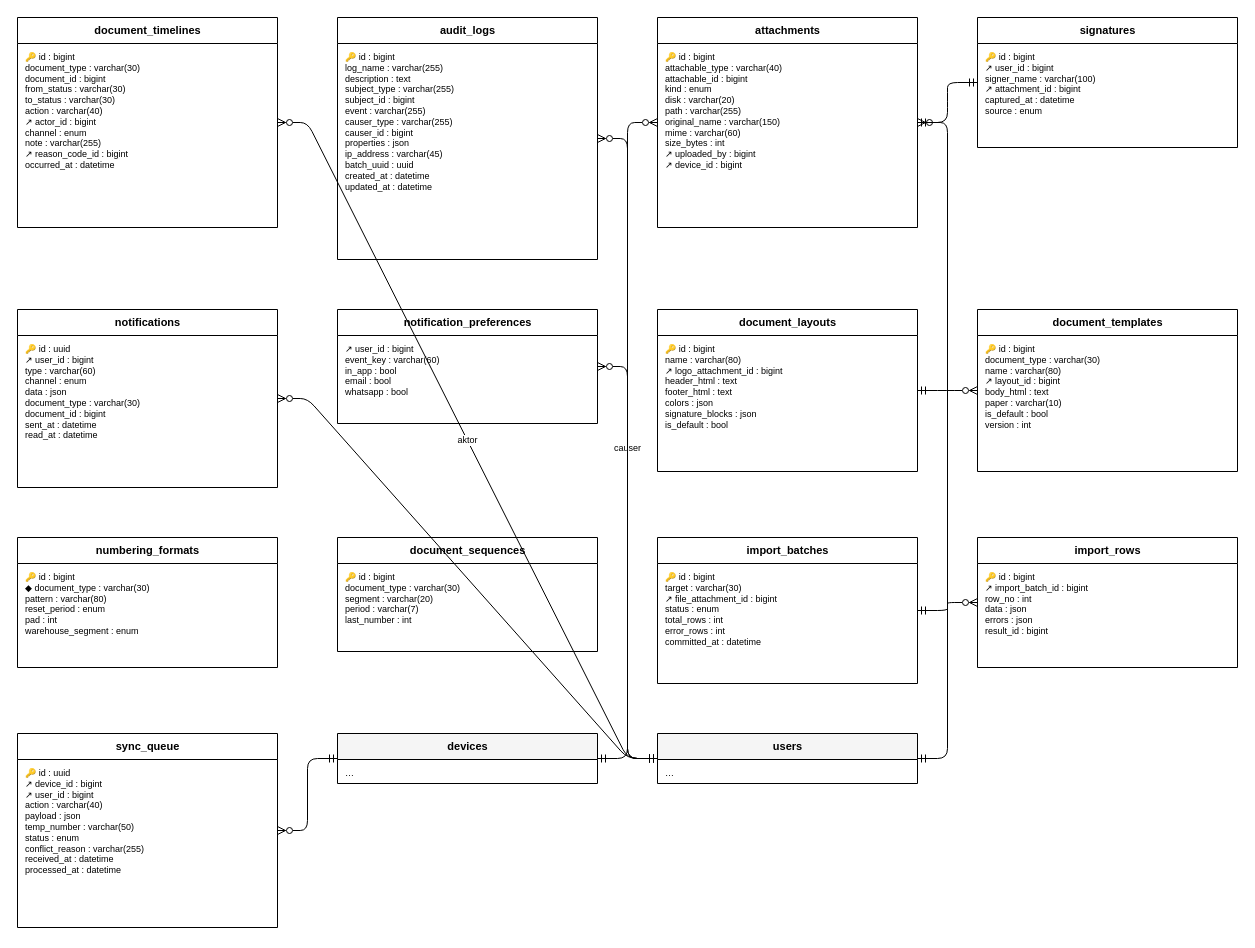
HengkyDarmawan/wms keeps this draw.io diagram as docs/diagram/erd-umum.drawio. Above is the earlier version. Source tidied: cells renumbered, new cells numbered last; positions are measured from the earlier drawing's top-left corner, leaving out a move shared by most shapes. Both pictures are drawn from the tidied source at 100%, with x=0, y=0 at pixel (17, 17).
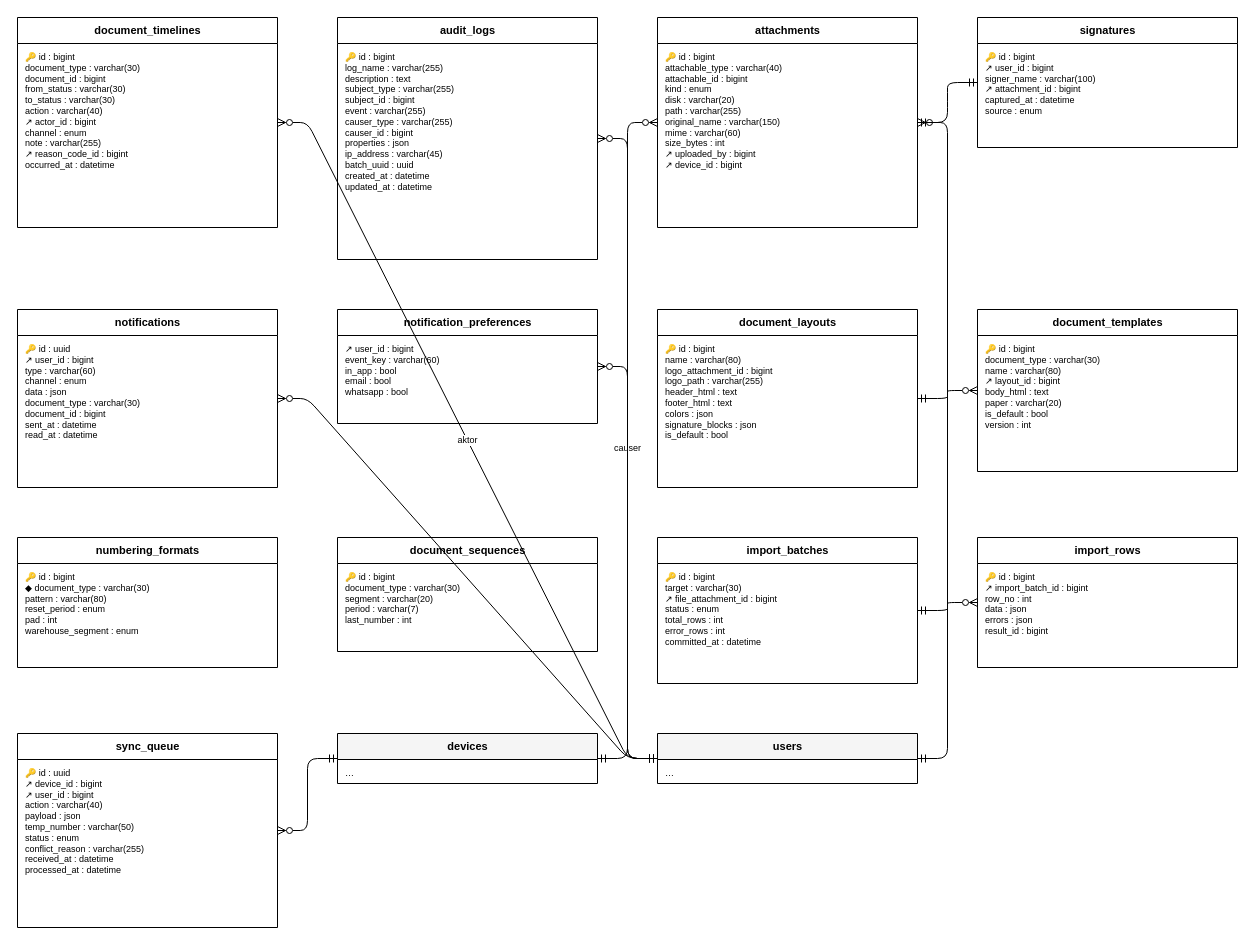
The same page after the edit.

Unchanged cells that the change refers to:
```xml
<mxCell id="16" value="document_templates" style="swimlane;fontStyle=1;horizontal=1;startSize=26;html=1;fontSize=11;fillColor=#FFFFFF;" parent="1" vertex="1">
  <mxGeometry x="960" y="292" width="260" height="162" as="geometry" />
</mxCell>
```

The edit, as a diff of the source:
```diff
@@
     <mxCell id="14" value="document_layouts" style="swimlane;fontStyle=1;horizontal=1;startSize=26;html=1;fontSize=11;fillColor=#FFFFFF;" parent="1" vertex="1">
-      <mxGeometry x="640" y="292" width="260" height="162" as="geometry" />
+      <mxGeometry x="640" y="292" width="260" height="178" as="geometry" />
     </mxCell>
-    <mxCell id="15" value="🔑 id : bigint&lt;br&gt;name : varchar(80)&lt;br&gt;↗ logo_attachment_id : bigint&lt;br&gt;header_html : text&lt;br&gt;footer_html : text&lt;br&gt;colors : json&lt;br&gt;signature_blocks : json&lt;br&gt;is_default : bool" style="text;html=1;strokeColor=none;fillColor=none;align=left;verticalAlign=top;spacingLeft=6;spacingTop=2;fontSize=9;whiteSpace=wrap;overflow=hidden;" parent="14" vertex="1">
-      <mxGeometry y="26" width="260" height="136" as="geometry" />
+    <mxCell id="15" value="🔑 id : bigint&lt;br&gt;name : varchar(80)&lt;br&gt;logo_attachment_id : bigint&lt;br&gt;logo_path : varchar(255)&lt;br&gt;header_html : text&lt;br&gt;footer_html : text&lt;br&gt;colors : json&lt;br&gt;signature_blocks : json&lt;br&gt;is_default : bool" style="text;html=1;strokeColor=none;fillColor=none;align=left;verticalAlign=top;spacingLeft=6;spacingTop=2;fontSize=9;whiteSpace=wrap;overflow=hidden;" parent="14" vertex="1">
+      <mxGeometry y="26" width="260" height="152" as="geometry" />
     </mxCell>
@@
-    <mxCell id="17" value="🔑 id : bigint&lt;br&gt;document_type : varchar(30)&lt;br&gt;name : varchar(80)&lt;br&gt;↗ layout_id : bigint&lt;br&gt;body_html : text&lt;br&gt;paper : varchar(10)&lt;br&gt;is_default : bool&lt;br&gt;version : int" style="text;html=1;strokeColor=none;fillColor=none;align=left;verticalAlign=top;spacingLeft=6;spacingTop=2;fontSize=9;whiteSpace=wrap;overflow=hidden;" parent="16" vertex="1">
+    <mxCell id="17" value="🔑 id : bigint&lt;br&gt;document_type : varchar(30)&lt;br&gt;name : varchar(80)&lt;br&gt;↗ layout_id : bigint&lt;br&gt;body_html : text&lt;br&gt;paper : varchar(20)&lt;br&gt;is_default : bool&lt;br&gt;version : int" style="text;html=1;strokeColor=none;fillColor=none;align=left;verticalAlign=top;spacingLeft=6;spacingTop=2;fontSize=9;whiteSpace=wrap;overflow=hidden;" parent="16" vertex="1">
       <mxGeometry y="26" width="260" height="136" as="geometry" />
     </mxCell>
```
